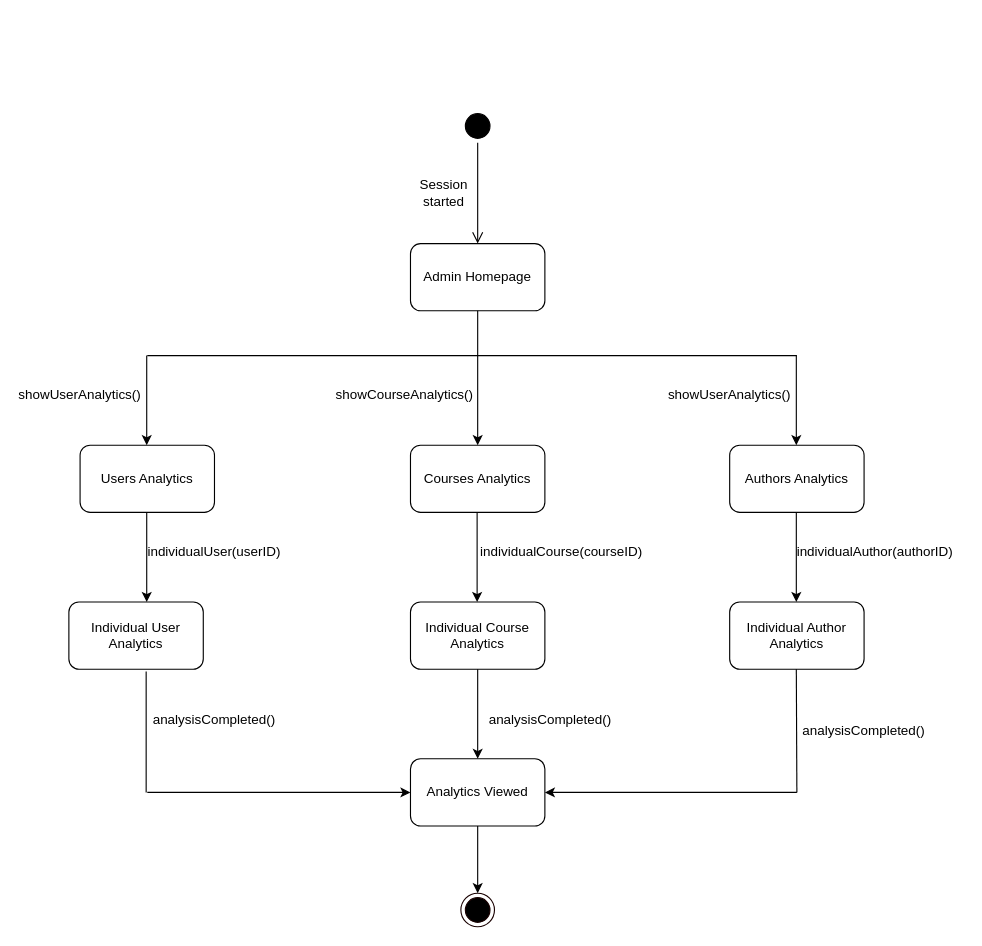
Before: page "Admin Homepage" (6 of 8) of fianl_state.drawio in MdHuzzatunAli/ISD, a draw.io diagram. Source tidied: cells renumbered, new cells numbered last; positions are measured from the earlier drawing's top-left corner, leaving out a move shared by most shapes. Both pictures are drawn from the tidied source at 112%, with x=0, y=0 at pixel (46, 109).
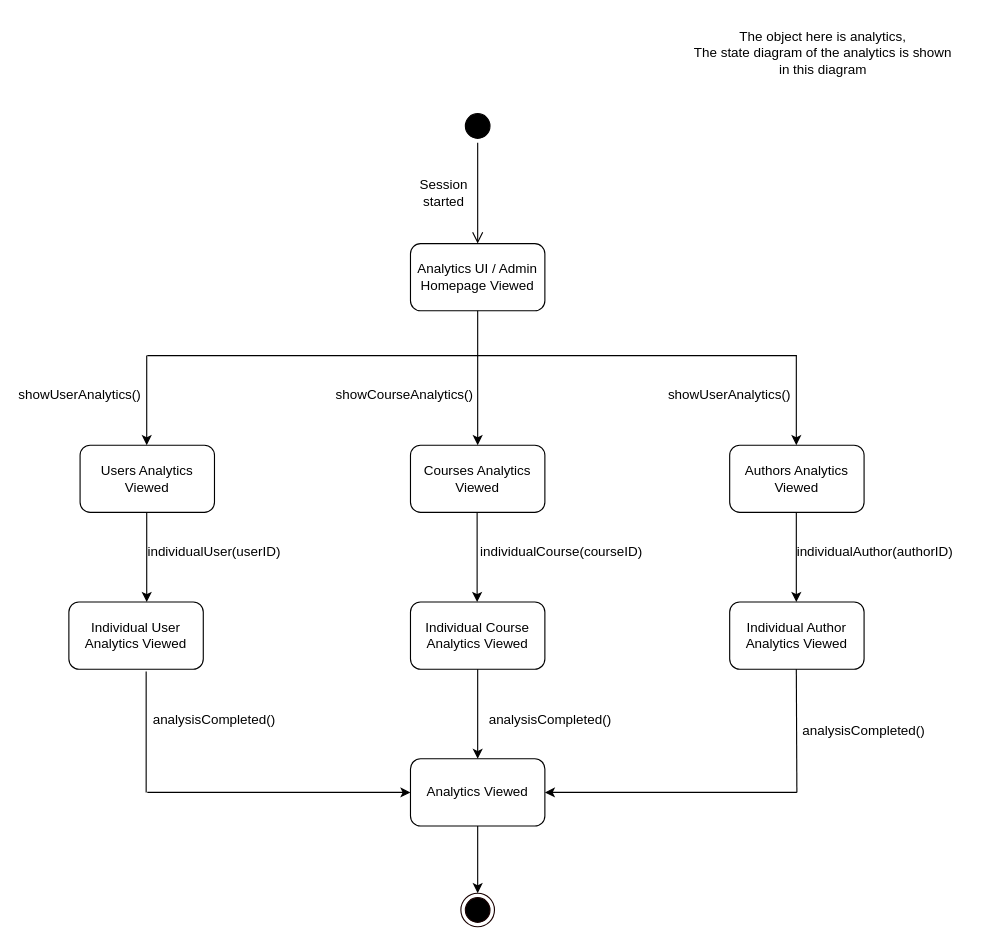
Above is the later version.

Change to the diagram source:
```diff
@@
-    <mxCell id="6" value="Admin Homepage" style="rounded=1;whiteSpace=wrap;html=1;" parent="1" vertex="1">
+    <mxCell id="6" value="Analytics UI / Admin Homepage Viewed" style="rounded=1;whiteSpace=wrap;html=1;" parent="1" vertex="1">
       <mxGeometry x="325" y="120" width="120" height="60" as="geometry" />
     </mxCell>
@@
-    <mxCell id="8" value="Courses Analytics" style="rounded=1;whiteSpace=wrap;html=1;" parent="1" vertex="1">
+    <mxCell id="8" value="&lt;div&gt;Courses Analytics&lt;/div&gt;Viewed" style="rounded=1;whiteSpace=wrap;html=1;" parent="1" vertex="1">
       <mxGeometry x="325" y="300" width="120" height="60" as="geometry" />
     </mxCell>
@@
-    <mxCell id="13" value="Authors Analytics" style="rounded=1;whiteSpace=wrap;html=1;" parent="1" vertex="1">
+    <mxCell id="13" value="&lt;div&gt;Authors Analytics&lt;/div&gt;&lt;div&gt;Viewed&lt;br&gt;&lt;/div&gt;" style="rounded=1;whiteSpace=wrap;html=1;" parent="1" vertex="1">
       <mxGeometry x="610" y="300" width="120" height="60" as="geometry" />
     </mxCell>
-    <mxCell id="14" value="Users Analytics" style="rounded=1;whiteSpace=wrap;html=1;" parent="1" vertex="1">
+    <mxCell id="14" value="&lt;div&gt;Users Analytics&lt;/div&gt;Viewed" style="rounded=1;whiteSpace=wrap;html=1;" parent="1" vertex="1">
       <mxGeometry x="30" y="300" width="120" height="60" as="geometry" />
     </mxCell>
@@
-    <mxCell id="18" value="Individual User Analytics" style="rounded=1;whiteSpace=wrap;html=1;" parent="1" vertex="1">
+    <mxCell id="18" value="Individual User Analytics Viewed" style="rounded=1;whiteSpace=wrap;html=1;" parent="1" vertex="1">
       <mxGeometry x="20" y="440" width="120" height="60" as="geometry" />
     </mxCell>
-    <mxCell id="19" value="Individual Course Analytics" style="rounded=1;whiteSpace=wrap;html=1;" parent="1" vertex="1">
+    <mxCell id="19" value="Individual Course Analytics Viewed" style="rounded=1;whiteSpace=wrap;html=1;" parent="1" vertex="1">
       <mxGeometry x="325" y="440" width="120" height="60" as="geometry" />
     </mxCell>
-    <mxCell id="20" value="&lt;div&gt;Individual Author Analytics&lt;/div&gt;" style="rounded=1;whiteSpace=wrap;html=1;" parent="1" vertex="1">
+    <mxCell id="20" value="&lt;div&gt;Individual Author Analytics Viewed&lt;/div&gt;" style="rounded=1;whiteSpace=wrap;html=1;" parent="1" vertex="1">
       <mxGeometry x="610" y="440" width="120" height="60" as="geometry" />
     </mxCell>
@@
+    <mxCell id="36" value="The object here is analytics,&lt;br&gt;The state diagram of the analytics is shown&lt;br&gt;in this diagram" style="text;html=1;align=center;verticalAlign=middle;strokeColor=none;fillColor=none;" parent="1" vertex="1">
+      <mxGeometry x="568" y="-80" width="250" height="60" as="geometry" />
+    </mxCell>
```
